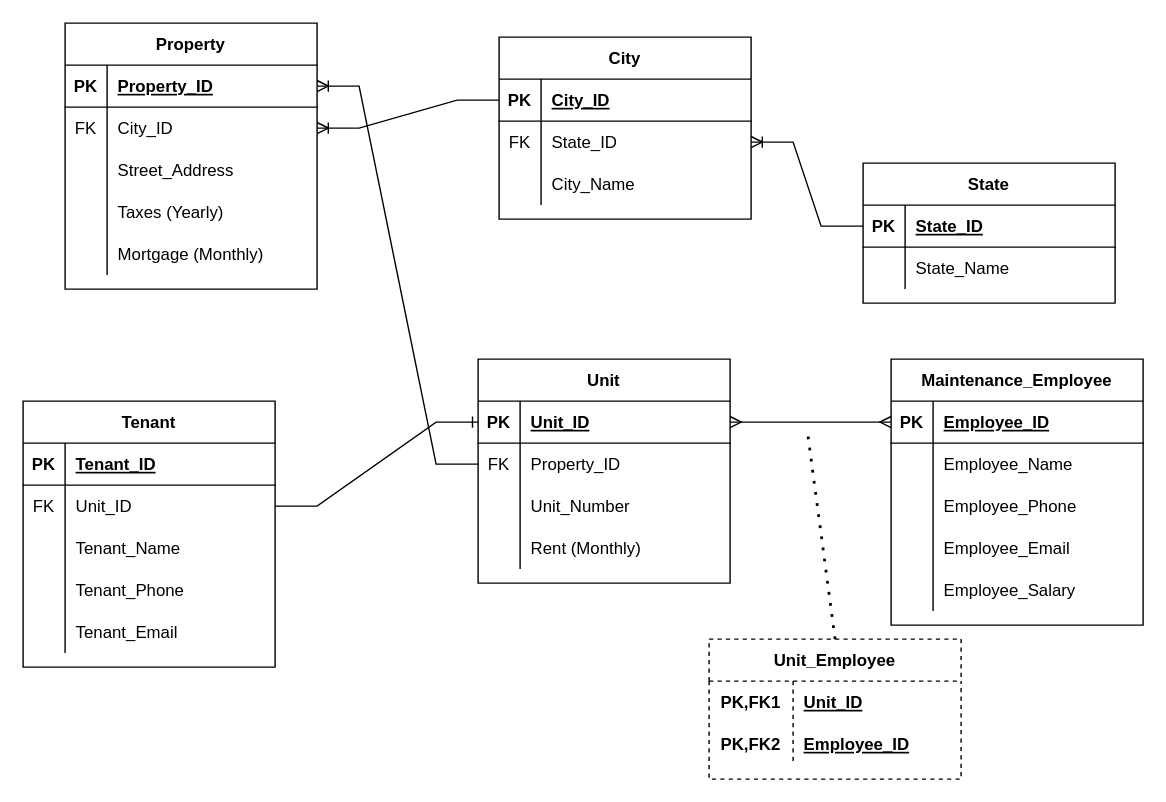
The draw.io diagram src/main/resources/Entity_Relationship.drawio in JaredBears/Property-Manager-MenuApp, before the edit. Source tidied: cells renumbered, new cells numbered last; positions are measured from the earlier drawing's top-left corner, leaving out a move shared by most shapes. Both pictures are drawn from the tidied source at 140%, with x=0, y=0 at pixel (22, 22).
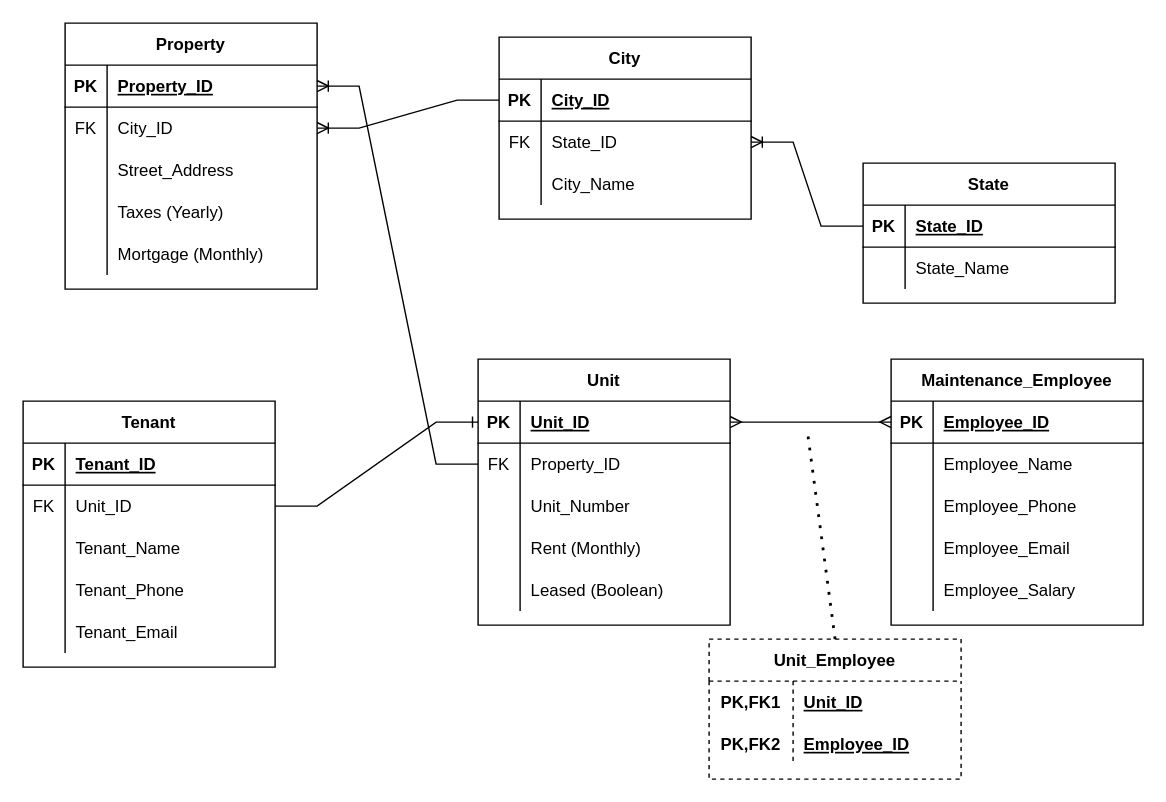
After the change.

Change to the diagram source:
```diff
@@
     <mxCell id="37" value="Unit" style="shape=table;startSize=30;childLayout=tableLayout;rowLines=0;fontStyle=1;align=center;" parent="1" vertex="1">
-      <mxGeometry x="325" y="240" width="180" height="160" as="geometry" />
+      <mxGeometry x="325" y="240" width="180" height="190" as="geometry" />
     </mxCell>
@@
+    <mxCell id="93" style="shape=tableRow;horizontal=0;startSize=0;swimlaneHead=0;swimlaneBody=0;fillColor=none;top=0;left=0;right=0;bottom=0;" parent="37" vertex="1">
+      <mxGeometry y="150" width="180" height="30" as="geometry" />
+    </mxCell>
+    <mxCell id="94" style="shape=partialRectangle;fillColor=none;top=0;left=0;bottom=0;right=0;overflow=hidden;" parent="93" vertex="1">
+      <mxGeometry width="30" height="30" as="geometry" />
+    </mxCell>
+    <mxCell id="95" value="Leased (Boolean)" style="shape=partialRectangle;fillColor=none;top=0;left=0;bottom=0;right=0;align=left;spacingLeft=6;overflow=hidden;" parent="93" vertex="1">
+      <mxGeometry x="30" width="150" height="30" as="geometry" />
+    </mxCell>
```
